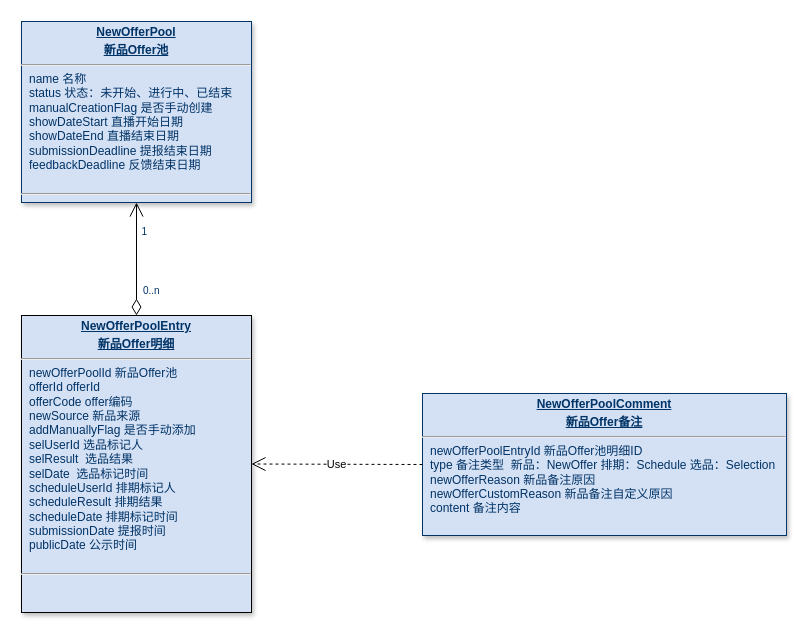
Before: page "新品Offer" (19 of 19) of 美one.drawio in rockywade/draw, a draw.io diagram. Source tidied: cells renumbered, new cells numbered last; positions are measured from the earlier drawing's top-left corner, leaving out a move shared by most shapes. Both pictures are drawn from the tidied source at 100%, with x=0, y=0 at pixel (21, 21).
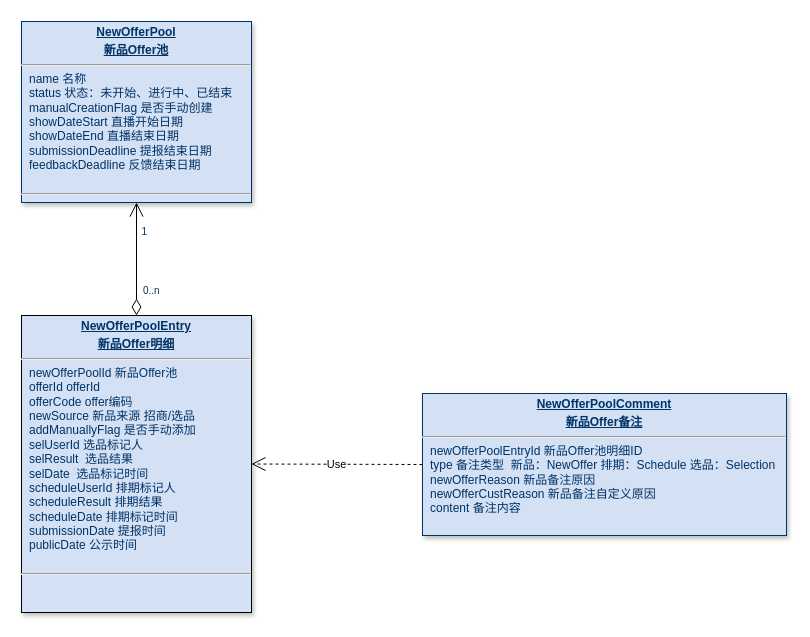
The same diagram, later.

Diff of the diagram source:
```diff
@@
 <mxGraphModel>
   <root>
     <mxCell id="0" />
     <mxCell id="1" parent="0" />
     <mxCell id="2" value="&lt;p style=&quot;margin: 4px 0px 0px; text-align: center;&quot;&gt;&lt;b&gt;&lt;u&gt;NewOfferPool&lt;/u&gt;&lt;/b&gt;&lt;/p&gt;&lt;p style=&quot;margin: 4px 0px 0px; text-align: center;&quot;&gt;&lt;b&gt;&lt;u&gt;新品Offer池&lt;/u&gt;&lt;/b&gt;&lt;/p&gt;&lt;hr&gt;&lt;p style=&quot;margin: 0px; margin-left: 8px;&quot;&gt;&lt;span style=&quot;background-color: transparent; color: light-dark(rgb(0, 51, 102), rgb(161, 205, 249));&quot;&gt;name 名称&lt;/span&gt;&lt;/p&gt;&lt;p style=&quot;margin: 0px; margin-left: 8px;&quot;&gt;status 状态：&lt;span style=&quot;background-color: transparent; color: light-dark(rgb(0, 51, 102), rgb(161, 205, 249));&quot;&gt;未开始、进行中、已结束&lt;/span&gt;&lt;/p&gt;&lt;p style=&quot;margin: 0px; margin-left: 8px;&quot;&gt;&lt;span style=&quot;background-color: transparent;&quot;&gt;manualCreationFlag&lt;/span&gt;&lt;span style=&quot;background-color: transparent;&quot;&gt;&amp;nbsp;是否手动创建&lt;/span&gt;&lt;/p&gt;&lt;p style=&quot;margin: 0px; margin-left: 8px;&quot;&gt;showDateStart&amp;nbsp;直播开始日期&lt;/p&gt;&lt;p style=&quot;margin: 0px; margin-left: 8px;&quot;&gt;showDateEnd&amp;nbsp;直播结束日期&lt;/p&gt;&lt;p style=&quot;margin: 0px; margin-left: 8px;&quot;&gt;&lt;span style=&quot;background-color: transparent;&quot;&gt;submission&lt;/span&gt;Deadline 提报结束日期&lt;/p&gt;&lt;p style=&quot;margin: 0px; margin-left: 8px;&quot;&gt;feedbackDeadline 反馈结束日期&lt;/p&gt;&lt;p style=&quot;margin: 0px; margin-left: 8px;&quot;&gt;&lt;br&gt;&lt;/p&gt;&lt;hr&gt;&lt;p style=&quot;margin: 0px; margin-left: 8px;&quot;&gt;&lt;br&gt;&lt;/p&gt;&lt;p style=&quot;margin: 0px; margin-left: 8px;&quot;&gt;&lt;br&gt;&lt;/p&gt;" style="verticalAlign=top;align=left;overflow=fill;fontSize=12;fontFamily=Helvetica;html=1;strokeColor=#003366;shadow=1;fillColor=#D4E1F5;fontColor=#003366;rounded=0;glass=0;imageAspect=1;labelBackgroundColor=none;textShadow=0;" parent="1" vertex="1">
       <mxGeometry width="230" height="181" as="geometry" />
     </mxCell>
-    <mxCell id="3" value="&lt;p style=&quot;margin: 4px 0px 0px; text-align: center;&quot;&gt;&lt;b&gt;&lt;u&gt;NewOfferPoolEntry&lt;/u&gt;&lt;/b&gt;&lt;/p&gt;&lt;p style=&quot;margin: 4px 0px 0px; text-align: center;&quot;&gt;&lt;b&gt;&lt;u&gt;新品Offer明细&lt;/u&gt;&lt;/b&gt;&lt;/p&gt;&lt;hr&gt;&lt;p style=&quot;margin: 0px; margin-left: 8px;&quot;&gt;&lt;span style=&quot;background-color: transparent; color: light-dark(rgb(0, 51, 102), rgb(161, 205, 249));&quot;&gt;newOfferPoolId&amp;nbsp;&lt;/span&gt;&lt;span style=&quot;background-color: transparent;&quot;&gt;新品Offer池&lt;/span&gt;&lt;/p&gt;&lt;p style=&quot;margin: 0px; margin-left: 8px;&quot;&gt;offerId offerId&lt;/p&gt;&lt;p style=&quot;margin: 0px; margin-left: 8px;&quot;&gt;offerCode offer编码&lt;/p&gt;&lt;p style=&quot;margin: 0px; margin-left: 8px;&quot;&gt;newSource 新品来源&lt;/p&gt;&lt;p style=&quot;margin: 0px; margin-left: 8px;&quot;&gt;&lt;span style=&quot;background-color: transparent;&quot;&gt;addManuallyFlag&lt;/span&gt;&amp;nbsp;是否手动添加&lt;/p&gt;&lt;p style=&quot;margin: 0px; margin-left: 8px;&quot;&gt;selUserId&amp;nbsp;选品标记人&lt;/p&gt;&lt;p style=&quot;margin: 0px; margin-left: 8px;&quot;&gt;selResult&amp;nbsp;&amp;nbsp;选品结果&lt;/p&gt;&lt;p style=&quot;margin: 0px; margin-left: 8px;&quot;&gt;selDate&amp;nbsp; 选品标记时间&lt;/p&gt;&lt;p style=&quot;margin: 0px; margin-left: 8px;&quot;&gt;scheduleUserId&amp;nbsp;排期标记人&lt;/p&gt;&lt;p style=&quot;margin: 0px; margin-left: 8px;&quot;&gt;scheduleResult 排期结果&lt;/p&gt;&lt;p style=&quot;margin: 0px; margin-left: 8px;&quot;&gt;scheduleDate 排期标记时间&lt;/p&gt;&lt;p style=&quot;margin: 0px; margin-left: 8px;&quot;&gt;submissionDate 提报时间&lt;/p&gt;&lt;p style=&quot;margin: 0px; margin-left: 8px;&quot;&gt;publicDate 公示时间&lt;/p&gt;&lt;p style=&quot;margin: 0px; margin-left: 8px;&quot;&gt;&lt;br&gt;&lt;/p&gt;&lt;hr&gt;&lt;p style=&quot;margin: 0px; margin-left: 8px;&quot;&gt;&lt;br&gt;&lt;/p&gt;&lt;p style=&quot;margin: 0px; margin-left: 8px;&quot;&gt;&lt;br&gt;&lt;/p&gt;" style="verticalAlign=top;align=left;overflow=fill;fontSize=12;fontFamily=Helvetica;html=1;strokeColor=default;shadow=1;fillColor=#D4E1F5;fontColor=#003366;rounded=0;glass=0;imageAspect=1;labelBackgroundColor=none;textShadow=0;direction=east;" parent="1" vertex="1">
+    <mxCell id="3" value="&lt;p style=&quot;margin: 4px 0px 0px; text-align: center;&quot;&gt;&lt;b&gt;&lt;u&gt;NewOfferPoolEntry&lt;/u&gt;&lt;/b&gt;&lt;/p&gt;&lt;p style=&quot;margin: 4px 0px 0px; text-align: center;&quot;&gt;&lt;b&gt;&lt;u&gt;新品Offer明细&lt;/u&gt;&lt;/b&gt;&lt;/p&gt;&lt;hr&gt;&lt;p style=&quot;margin: 0px; margin-left: 8px;&quot;&gt;&lt;span style=&quot;background-color: transparent; color: light-dark(rgb(0, 51, 102), rgb(161, 205, 249));&quot;&gt;newOfferPoolId&amp;nbsp;&lt;/span&gt;&lt;span style=&quot;background-color: transparent;&quot;&gt;新品Offer池&lt;/span&gt;&lt;/p&gt;&lt;p style=&quot;margin: 0px; margin-left: 8px;&quot;&gt;offerId offerId&lt;/p&gt;&lt;p style=&quot;margin: 0px; margin-left: 8px;&quot;&gt;offerCode offer编码&lt;/p&gt;&lt;p style=&quot;margin: 0px; margin-left: 8px;&quot;&gt;newSource 新品来源 招商/选品&lt;/p&gt;&lt;p style=&quot;margin: 0px; margin-left: 8px;&quot;&gt;&lt;span style=&quot;background-color: transparent;&quot;&gt;addManuallyFlag&lt;/span&gt;&amp;nbsp;是否手动添加&lt;/p&gt;&lt;p style=&quot;margin: 0px; margin-left: 8px;&quot;&gt;selUserId&amp;nbsp;选品标记人&lt;/p&gt;&lt;p style=&quot;margin: 0px; margin-left: 8px;&quot;&gt;selResult&amp;nbsp;&amp;nbsp;选品结果&lt;/p&gt;&lt;p style=&quot;margin: 0px; margin-left: 8px;&quot;&gt;selDate&amp;nbsp; 选品标记时间&lt;/p&gt;&lt;p style=&quot;margin: 0px; margin-left: 8px;&quot;&gt;scheduleUserId&amp;nbsp;排期标记人&lt;/p&gt;&lt;p style=&quot;margin: 0px; margin-left: 8px;&quot;&gt;scheduleResult 排期结果&lt;/p&gt;&lt;p style=&quot;margin: 0px; margin-left: 8px;&quot;&gt;scheduleDate 排期标记时间&lt;/p&gt;&lt;p style=&quot;margin: 0px; margin-left: 8px;&quot;&gt;submissionDate 提报时间&lt;/p&gt;&lt;p style=&quot;margin: 0px; margin-left: 8px;&quot;&gt;publicDate 公示时间&lt;/p&gt;&lt;p style=&quot;margin: 0px; margin-left: 8px;&quot;&gt;&lt;br&gt;&lt;/p&gt;&lt;hr&gt;&lt;p style=&quot;margin: 0px; margin-left: 8px;&quot;&gt;&lt;br&gt;&lt;/p&gt;&lt;p style=&quot;margin: 0px; margin-left: 8px;&quot;&gt;&lt;br&gt;&lt;/p&gt;" style="verticalAlign=top;align=left;overflow=fill;fontSize=12;fontFamily=Helvetica;html=1;strokeColor=default;shadow=1;fillColor=#D4E1F5;fontColor=#003366;rounded=0;glass=0;imageAspect=1;labelBackgroundColor=none;textShadow=0;direction=east;" parent="1" vertex="1">
       <mxGeometry y="294" width="230" height="297" as="geometry" />
     </mxCell>
-    <mxCell id="4" value="&lt;p style=&quot;margin: 4px 0px 0px; text-align: center;&quot;&gt;&lt;b&gt;&lt;u&gt;NewOfferPoolComment&lt;/u&gt;&lt;/b&gt;&lt;/p&gt;&lt;p style=&quot;margin: 4px 0px 0px; text-align: center;&quot;&gt;&lt;b&gt;&lt;u&gt;新品Offer备注&lt;/u&gt;&lt;/b&gt;&lt;/p&gt;&lt;hr&gt;&lt;p style=&quot;margin: 0px; margin-left: 8px;&quot;&gt;&lt;span style=&quot;background-color: transparent; color: light-dark(rgb(0, 51, 102), rgb(161, 205, 249));&quot;&gt;newOfferPoolEntryId&amp;nbsp;&lt;/span&gt;&lt;span style=&quot;background-color: transparent;&quot;&gt;新品Offer池明细ID&lt;/span&gt;&lt;/p&gt;&lt;p style=&quot;margin: 0px; margin-left: 8px;&quot;&gt;type 备注类型&amp;nbsp; 新品：NewOffer 排期：Schedule 选品：Selection&lt;/p&gt;&lt;p style=&quot;margin: 0px; margin-left: 8px;&quot;&gt;&lt;span style=&quot;background-color: transparent; color: light-dark(rgb(0, 51, 102), rgb(161, 205, 249));&quot;&gt;newOfferReason&lt;/span&gt;&amp;nbsp;新品备注原因&lt;/p&gt;&lt;p style=&quot;margin: 0px; margin-left: 8px;&quot;&gt;newOfferCustomReason&amp;nbsp;&lt;span style=&quot;background-color: transparent; color: light-dark(rgb(0, 51, 102), rgb(161, 205, 249));&quot;&gt;新品备注自定义原因&lt;/span&gt;&lt;/p&gt;&lt;p style=&quot;margin: 0px; margin-left: 8px;&quot;&gt;&lt;span style=&quot;background-color: transparent; color: light-dark(rgb(0, 51, 102), rgb(161, 205, 249));&quot;&gt;content 备注内容&lt;/span&gt;&amp;nbsp;&amp;nbsp;&lt;/p&gt;&lt;p style=&quot;margin: 0px; margin-left: 8px;&quot;&gt;&lt;br&gt;&lt;/p&gt;&lt;hr&gt;&lt;p style=&quot;margin: 0px; margin-left: 8px;&quot;&gt;&lt;br&gt;&lt;/p&gt;&lt;p style=&quot;margin: 0px; margin-left: 8px;&quot;&gt;&lt;br&gt;&lt;/p&gt;" style="verticalAlign=top;align=left;overflow=fill;fontSize=12;fontFamily=Helvetica;html=1;strokeColor=#003366;shadow=1;fillColor=#D4E1F5;fontColor=#003366;rounded=0;glass=0;imageAspect=1;labelBackgroundColor=none;textShadow=0;" parent="1" vertex="1">
+    <mxCell id="4" value="&lt;p style=&quot;margin: 4px 0px 0px; text-align: center;&quot;&gt;&lt;b&gt;&lt;u&gt;NewOfferPoolComment&lt;/u&gt;&lt;/b&gt;&lt;/p&gt;&lt;p style=&quot;margin: 4px 0px 0px; text-align: center;&quot;&gt;&lt;b&gt;&lt;u&gt;新品Offer备注&lt;/u&gt;&lt;/b&gt;&lt;/p&gt;&lt;hr&gt;&lt;p style=&quot;margin: 0px; margin-left: 8px;&quot;&gt;&lt;span style=&quot;background-color: transparent; color: light-dark(rgb(0, 51, 102), rgb(161, 205, 249));&quot;&gt;newOfferPoolEntryId&amp;nbsp;&lt;/span&gt;&lt;span style=&quot;background-color: transparent;&quot;&gt;新品Offer池明细ID&lt;/span&gt;&lt;/p&gt;&lt;p style=&quot;margin: 0px; margin-left: 8px;&quot;&gt;type 备注类型&amp;nbsp; 新品：NewOffer 排期：Schedule 选品：Selection&lt;/p&gt;&lt;p style=&quot;margin: 0px; margin-left: 8px;&quot;&gt;&lt;span style=&quot;background-color: transparent; color: light-dark(rgb(0, 51, 102), rgb(161, 205, 249));&quot;&gt;newOfferReason&lt;/span&gt;&amp;nbsp;新品备注原因&lt;/p&gt;&lt;p style=&quot;margin: 0px; margin-left: 8px;&quot;&gt;newOfferCustReason&amp;nbsp;&lt;span style=&quot;background-color: transparent; color: light-dark(rgb(0, 51, 102), rgb(161, 205, 249));&quot;&gt;新品备注自定义原因&lt;/span&gt;&lt;/p&gt;&lt;p style=&quot;margin: 0px; margin-left: 8px;&quot;&gt;&lt;span style=&quot;background-color: transparent; color: light-dark(rgb(0, 51, 102), rgb(161, 205, 249));&quot;&gt;content 备注内容&lt;/span&gt;&amp;nbsp;&amp;nbsp;&lt;/p&gt;&lt;p style=&quot;margin: 0px; margin-left: 8px;&quot;&gt;&lt;br&gt;&lt;/p&gt;&lt;hr&gt;&lt;p style=&quot;margin: 0px; margin-left: 8px;&quot;&gt;&lt;br&gt;&lt;/p&gt;&lt;p style=&quot;margin: 0px; margin-left: 8px;&quot;&gt;&lt;br&gt;&lt;/p&gt;" style="verticalAlign=top;align=left;overflow=fill;fontSize=12;fontFamily=Helvetica;html=1;strokeColor=#003366;shadow=1;fillColor=#D4E1F5;fontColor=#003366;rounded=0;glass=0;imageAspect=1;labelBackgroundColor=none;textShadow=0;" parent="1" vertex="1">
       <mxGeometry x="401" y="372" width="364" height="142" as="geometry" />
     </mxCell>
     <mxCell id="5" value="Use" style="endArrow=open;endSize=12;dashed=1;html=1;rounded=0;entryX=1;entryY=0.5;entryDx=0;entryDy=0;exitX=0;exitY=0.5;exitDx=0;exitDy=0;" parent="1" edge="1" source="4" target="3">
       <mxGeometry relative="1" as="geometry" />
     </mxCell>
     <mxCell id="6" style="endArrow=open;endSize=12;startArrow=diamondThin;startSize=14;startFill=0;edgeStyle=orthogonalEdgeStyle;entryX=0.5;entryY=1;entryDx=0;entryDy=0;exitX=0.5;exitY=0;exitDx=0;exitDy=0;" parent="1" edge="1" source="3" target="2">
       <mxGeometry x="-377.9" y="803.2" as="geometry" />
     </mxCell>
     <mxCell id="7" value="0..n" style="align=left;verticalAlign=top;labelBackgroundColor=#ffffff;fontSize=10;strokeColor=#003366;shadow=1;fillColor=#D4E1F5;fontColor=#003366;" parent="6" vertex="1">
       <mxGeometry x="-1" relative="1" as="geometry">
         <mxPoint x="5" y="-37" as="offset" />
       </mxGeometry>
     </mxCell>
     <mxCell id="8" value="1" style="align=right;verticalAlign=top;labelBackgroundColor=#ffffff;fontSize=10;strokeColor=#003366;shadow=1;fillColor=#D4E1F5;fontColor=#003366;" parent="6" vertex="1">
       <mxGeometry x="1" relative="1" as="geometry">
         <mxPoint x="12" y="17" as="offset" />
       </mxGeometry>
     </mxCell>
   </root>
 </mxGraphModel>
```
